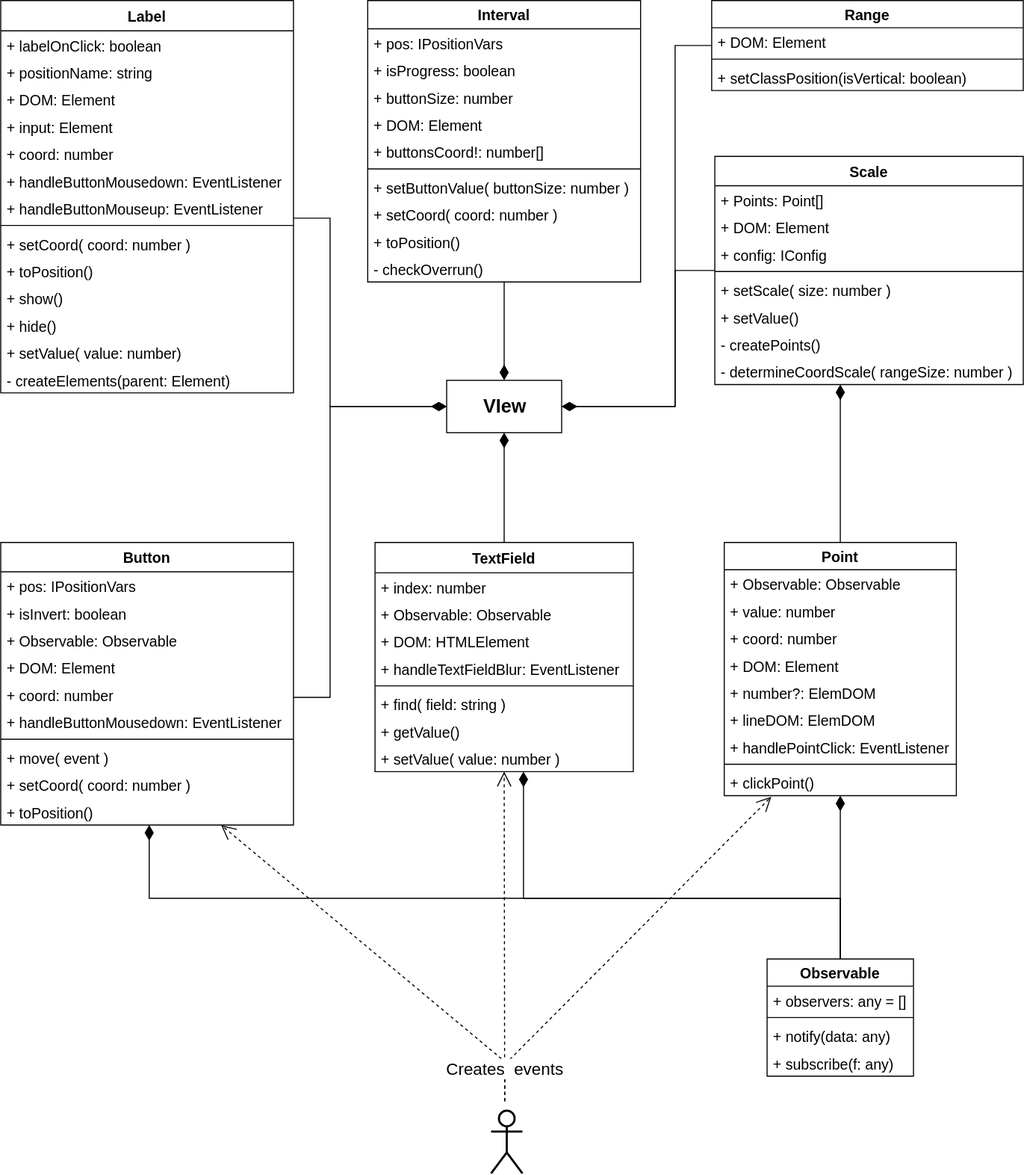
Above: uml/viewComponents.svg in Evgeny3101/plugin (draw.io), before the change. Source tidied: cells renumbered, new cells last; positions are measured from the earlier drawing's top-left corner, leaving out a move shared by most shapes.
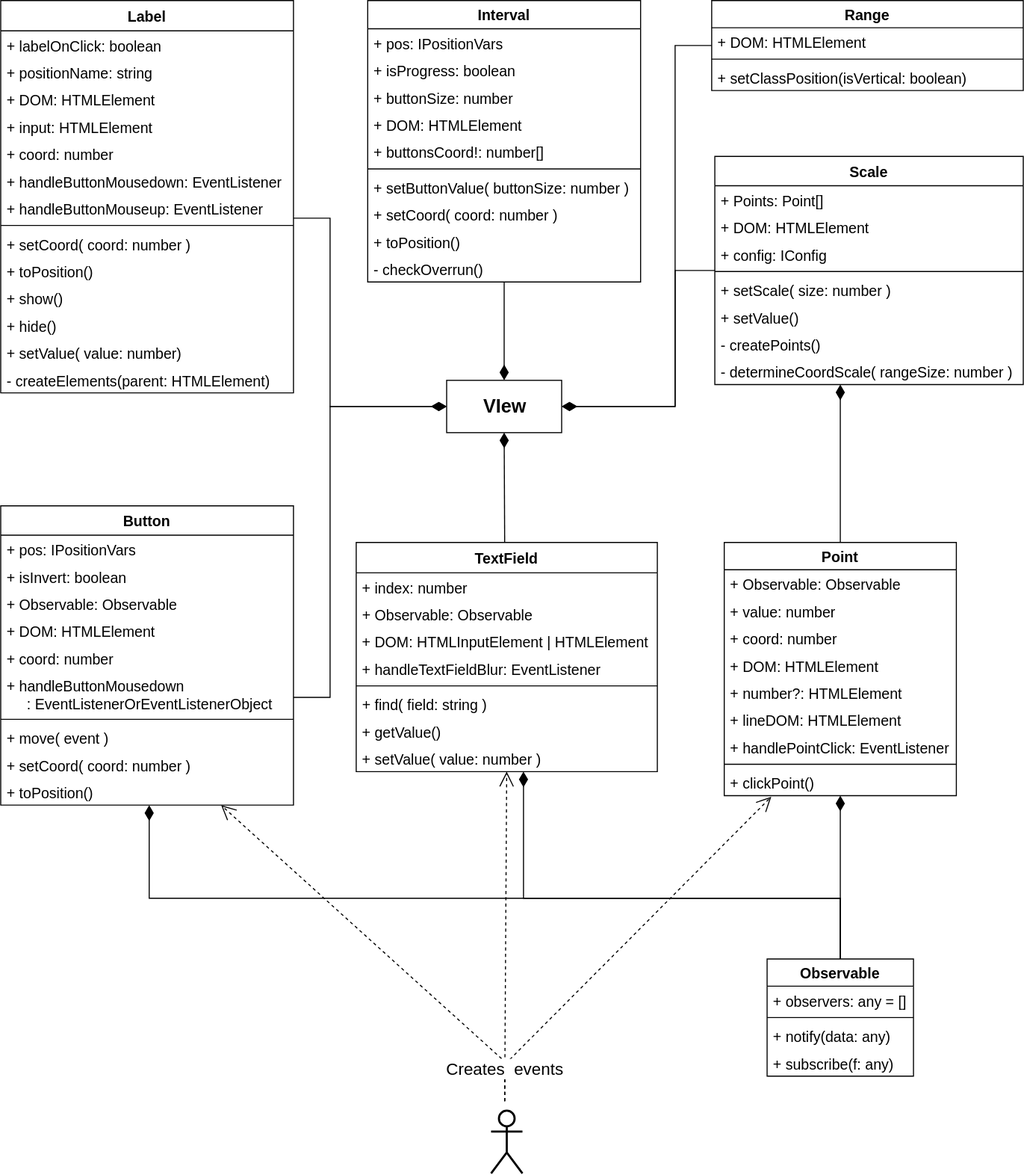
The same diagram one commit later.

Change to the diagram source:
```diff
@@ -89,8 +89,10 @@
     <mxCell id="14" style="shape=umlActor;verticalLabelPosition=middle;verticalAlign=middle;fontSize=14;strokeWidth=2;html=1;labelBackgroundColor=none;labelBorderColor=none;labelPosition=center;align=center;" parent="1" vertex="1">
       <mxGeometry x="469" y="1061" width="30" height="60" as="geometry" />
     </mxCell>
-    <mxCell id="15" style="edgeStyle=orthogonalEdgeStyle;rounded=0;jettySize=auto;html=1;entryX=0.5;entryY=1;entryDx=0;entryDy=0;startSize=12;endArrow=diamondThin;endFill=1;endSize=12;strokeWidth=1;fontSize=16;exitX=0.5;exitY=0;exitDx=0;exitDy=0;" parent="1" edge="1" source="57" target="2">
-      <mxGeometry relative="1" as="geometry" />
+    <mxCell id="15" style="rounded=0;jettySize=auto;html=1;entryX=0.5;entryY=1;entryDx=0;entryDy=0;startSize=12;endArrow=diamondThin;endFill=1;endSize=12;strokeWidth=1;fontSize=16;" parent="1" edge="1" target="2">
+      <mxGeometry relative="1" as="geometry">
+        <mxPoint x="482" y="518" as="sourcePoint" />
+      </mxGeometry>
     </mxCell>
     <mxCell id="16" style="edgeStyle=orthogonalEdgeStyle;rounded=0;jettySize=auto;html=1;startSize=12;endArrow=diamondThin;endFill=1;endSize=12;strokeWidth=1;fontSize=14;" parent="1" edge="1" source="77" target="47">
       <mxGeometry relative="1" as="geometry" />
@@ -104,10 +106,10 @@
     <mxCell id="19" value="+ positionName: string" style="text;strokeColor=none;fillColor=none;align=left;verticalAlign=top;spacingLeft=4;spacingRight=4;overflow=hidden;fontSize=14;" parent="17" vertex="1">
       <mxGeometry y="55" width="280" height="26" as="geometry" />
     </mxCell>
-    <mxCell id="20" value="+ DOM: Element" style="text;strokeColor=none;fillColor=none;align=left;verticalAlign=top;spacingLeft=4;spacingRight=4;overflow=hidden;fontSize=14;" parent="17" vertex="1">
+    <mxCell id="20" value="+ DOM: HTMLElement" style="text;strokeColor=none;fillColor=none;align=left;verticalAlign=top;spacingLeft=4;spacingRight=4;overflow=hidden;fontSize=14;" parent="17" vertex="1">
       <mxGeometry y="81" width="280" height="26" as="geometry" />
     </mxCell>
-    <mxCell id="21" value="+ input: Element" style="text;strokeColor=none;fillColor=none;align=left;verticalAlign=top;spacingLeft=4;spacingRight=4;overflow=hidden;fontSize=14;" parent="17" vertex="1">
+    <mxCell id="21" value="+ input: HTMLElement" style="text;strokeColor=none;fillColor=none;align=left;verticalAlign=top;spacingLeft=4;spacingRight=4;overflow=hidden;fontSize=14;" parent="17" vertex="1">
       <mxGeometry y="107" width="280" height="26" as="geometry" />
     </mxCell>
     <mxCell id="22" value="+ coord: number" style="text;strokeColor=none;fillColor=none;align=left;verticalAlign=top;spacingLeft=4;spacingRight=4;overflow=hidden;fontSize=14;" parent="17" vertex="1">
@@ -137,7 +139,7 @@
     <mxCell id="30" value="+ setValue( value: number)&#10;" style="text;strokeColor=none;fillColor=none;align=left;verticalAlign=top;spacingLeft=4;spacingRight=4;overflow=hidden;fontSize=14;" parent="17" vertex="1">
       <mxGeometry y="323" width="280" height="26" as="geometry" />
     </mxCell>
-    <mxCell id="31" value="- createElements(parent: Element) " style="text;strokeColor=none;fillColor=none;align=left;verticalAlign=top;spacingLeft=4;spacingRight=4;overflow=hidden;fontSize=14;" parent="17" vertex="1">
+    <mxCell id="31" value="- createElements(parent: HTMLElement) " style="text;strokeColor=none;fillColor=none;align=left;verticalAlign=top;spacingLeft=4;spacingRight=4;overflow=hidden;fontSize=14;" parent="17" vertex="1">
       <mxGeometry y="349" width="280" height="26" as="geometry" />
     </mxCell>
     <mxCell id="32" value="Interval" style="swimlane;fontStyle=1;horizontal=1;startSize=27;fillColor=none;rounded=0;glass=0;strokeColor=#000000;fontSize=14;arcSize=24;swimlaneLine=1;" parent="1" vertex="1">
@@ -152,7 +154,7 @@
     <mxCell id="35" value="+ buttonSize: number" style="text;strokeColor=none;fillColor=none;align=left;verticalAlign=top;spacingLeft=4;spacingRight=4;overflow=hidden;fontSize=14;" parent="32" vertex="1">
       <mxGeometry y="79" width="261" height="26" as="geometry" />
     </mxCell>
-    <mxCell id="36" value="+ DOM: Element" style="text;strokeColor=none;fillColor=none;align=left;verticalAlign=top;spacingLeft=4;spacingRight=4;overflow=hidden;fontSize=14;" parent="32" vertex="1">
+    <mxCell id="36" value="+ DOM: HTMLElement" style="text;strokeColor=none;fillColor=none;align=left;verticalAlign=top;spacingLeft=4;spacingRight=4;overflow=hidden;fontSize=14;" parent="32" vertex="1">
       <mxGeometry y="105" width="261" height="26" as="geometry" />
     </mxCell>
     <mxCell id="37" value="+ buttonsCoord!: number[]" style="text;strokeColor=none;fillColor=none;align=left;verticalAlign=top;spacingLeft=4;spacingRight=4;overflow=hidden;fontSize=14;" parent="32" vertex="1">
@@ -176,7 +178,7 @@
     <mxCell id="43" value="Range" style="swimlane;fontStyle=1;horizontal=1;startSize=26;fillColor=none;rounded=0;glass=0;strokeColor=#000000;fontSize=14;swimlaneLine=1;" parent="1" vertex="1">
       <mxGeometry x="680" width="298" height="86" as="geometry" />
     </mxCell>
-    <mxCell id="44" value="+ DOM: Element" style="text;strokeColor=none;fillColor=none;align=left;verticalAlign=top;spacingLeft=4;spacingRight=4;overflow=hidden;fontSize=14;" parent="43" vertex="1">
+    <mxCell id="44" value="+ DOM: HTMLElement" style="text;strokeColor=none;fillColor=none;align=left;verticalAlign=top;spacingLeft=4;spacingRight=4;overflow=hidden;fontSize=14;" parent="43" vertex="1">
       <mxGeometry y="26" width="298" height="26" as="geometry" />
     </mxCell>
     <mxCell id="45" style="line;strokeWidth=1;fillColor=none;align=left;verticalAlign=middle;spacingTop=-1;spacingLeft=3;spacingRight=3;labelPosition=right;labelBackgroundColor=#ffffff;html=1;fontSize=14;" parent="43" vertex="1">
@@ -197,13 +199,13 @@
     <mxCell id="50" value="+ coord: number" style="text;strokeColor=none;fillColor=none;align=left;verticalAlign=top;spacingLeft=4;spacingRight=4;overflow=hidden;fontSize=14;" parent="47" vertex="1">
       <mxGeometry y="78" width="222" height="26" as="geometry" />
     </mxCell>
-    <mxCell id="51" value="+ DOM: Element" style="text;strokeColor=none;fillColor=none;align=left;verticalAlign=top;spacingLeft=4;spacingRight=4;overflow=hidden;fontSize=14;" parent="47" vertex="1">
+    <mxCell id="51" value="+ DOM: HTMLElement" style="text;strokeColor=none;fillColor=none;align=left;verticalAlign=top;spacingLeft=4;spacingRight=4;overflow=hidden;fontSize=14;" parent="47" vertex="1">
       <mxGeometry y="104" width="222" height="26" as="geometry" />
     </mxCell>
-    <mxCell id="52" value="+ number?: ElemDOM" style="text;strokeColor=none;fillColor=none;align=left;verticalAlign=top;spacingLeft=4;spacingRight=4;overflow=hidden;fontSize=14;" parent="47" vertex="1">
+    <mxCell id="52" value="+ number?: HTMLElement" style="text;strokeColor=none;fillColor=none;align=left;verticalAlign=top;spacingLeft=4;spacingRight=4;overflow=hidden;fontSize=14;" parent="47" vertex="1">
       <mxGeometry y="130" width="222" height="26" as="geometry" />
     </mxCell>
-    <mxCell id="53" value="+ lineDOM: ElemDOM" style="text;strokeColor=none;fillColor=none;align=left;verticalAlign=top;spacingLeft=4;spacingRight=4;overflow=hidden;fontSize=14;" parent="47" vertex="1">
+    <mxCell id="53" value="+ lineDOM: HTMLElement" style="text;strokeColor=none;fillColor=none;align=left;verticalAlign=top;spacingLeft=4;spacingRight=4;overflow=hidden;fontSize=14;" parent="47" vertex="1">
       <mxGeometry y="156" width="222" height="26" as="geometry" />
     </mxCell>
     <mxCell id="54" value="+ handlePointClick: EventListener" style="text;strokeColor=none;fillColor=none;align=left;verticalAlign=top;spacingLeft=4;spacingRight=4;overflow=hidden;fontSize=14;" parent="47" vertex="1">
@@ -215,35 +217,8 @@
     <mxCell id="56" value="+ clickPoint()" style="text;strokeColor=none;fillColor=none;align=left;verticalAlign=top;spacingLeft=4;spacingRight=4;overflow=hidden;fontSize=14;" parent="47" vertex="1">
       <mxGeometry y="216" width="222" height="26" as="geometry" />
     </mxCell>
-    <mxCell id="57" value="TextField" style="swimlane;fontStyle=1;horizontal=1;startSize=29;fillColor=none;rounded=0;glass=0;strokeColor=#000000;fontSize=14;arcSize=14;swimlaneLine=1;" parent="1" vertex="1">
-      <mxGeometry x="358" y="518" width="247" height="219" as="geometry" />
-    </mxCell>
-    <mxCell id="58" value="+ index: number" style="text;strokeColor=none;fillColor=none;align=left;verticalAlign=top;spacingLeft=4;spacingRight=4;overflow=hidden;fontSize=14;" parent="57" vertex="1">
-      <mxGeometry y="29" width="247" height="26" as="geometry" />
-    </mxCell>
-    <mxCell id="59" value="+ Observable: Observable" style="text;strokeColor=none;fillColor=none;align=left;verticalAlign=top;spacingLeft=4;spacingRight=4;overflow=hidden;labelBackgroundColor=#ffffff;html=1;fontSize=14;" parent="57" vertex="1">
-      <mxGeometry y="55" width="247" height="26" as="geometry" />
-    </mxCell>
-    <mxCell id="60" value="+ DOM: HTMLElement" style="text;strokeColor=none;fillColor=none;align=left;verticalAlign=top;spacingLeft=4;spacingRight=4;overflow=hidden;fontSize=14;" parent="57" vertex="1">
-      <mxGeometry y="81" width="247" height="26" as="geometry" />
-    </mxCell>
-    <mxCell id="61" value="+ handleTextFieldBlur: EventListener" style="text;strokeColor=none;fillColor=none;align=left;verticalAlign=top;spacingLeft=4;spacingRight=4;overflow=hidden;fontSize=14;" parent="57" vertex="1">
-      <mxGeometry y="107" width="247" height="26" as="geometry" />
-    </mxCell>
-    <mxCell id="62" style="line;strokeWidth=1;fillColor=none;align=left;verticalAlign=middle;spacingTop=-1;spacingLeft=3;spacingRight=3;labelPosition=right;labelBackgroundColor=#ffffff;html=1;fontSize=14;" parent="57" vertex="1">
-      <mxGeometry y="133" width="247" height="8" as="geometry" />
-    </mxCell>
-    <mxCell id="63" value="+ find( field: string )" style="text;strokeColor=none;fillColor=none;align=left;verticalAlign=top;spacingLeft=4;spacingRight=4;overflow=hidden;labelBackgroundColor=#ffffff;html=1;fontSize=14;" parent="57" vertex="1">
-      <mxGeometry y="141" width="247" height="26" as="geometry" />
-    </mxCell>
-    <mxCell id="64" value="+ getValue()&#10;" style="text;strokeColor=none;fillColor=none;align=left;verticalAlign=top;spacingLeft=4;spacingRight=4;overflow=hidden;fontSize=14;" parent="57" vertex="1">
-      <mxGeometry y="167" width="247" height="26" as="geometry" />
-    </mxCell>
-    <mxCell id="65" value="+ setValue( value: number )" style="text;strokeColor=none;fillColor=none;align=left;verticalAlign=top;spacingLeft=4;spacingRight=4;overflow=hidden;points=[[0,0.5],[1,0.5]];portConstraint=eastwest;fontSize=14;" parent="57" vertex="1">
-      <mxGeometry y="193" width="247" height="26" as="geometry" />
-    </mxCell>
     <mxCell id="66" value="Button" style="swimlane;fontStyle=1;horizontal=1;startSize=28;fillColor=none;rounded=0;glass=0;strokeColor=#000000;fontSize=14;swimlaneLine=1;" parent="1" vertex="1">
-      <mxGeometry y="518" width="280" height="270" as="geometry" />
+      <mxGeometry y="483" width="280" height="286" as="geometry" />
     </mxCell>
     <mxCell id="67" value="+ pos: IPositionVars" style="text;strokeColor=none;fillColor=none;align=left;verticalAlign=top;spacingLeft=4;spacingRight=4;overflow=hidden;fontSize=14;" parent="66" vertex="1">
       <mxGeometry y="28" width="280" height="26" as="geometry" />
@@ -254,26 +229,26 @@
     <mxCell id="69" value="+ Observable: Observable" style="text;strokeColor=none;fillColor=none;align=left;verticalAlign=top;spacingLeft=4;spacingRight=4;overflow=hidden;labelBackgroundColor=#ffffff;html=1;fontSize=14;" parent="66" vertex="1">
       <mxGeometry y="80" width="280" height="26" as="geometry" />
     </mxCell>
-    <mxCell id="70" value="+ DOM: Element" style="text;strokeColor=none;fillColor=none;align=left;verticalAlign=top;spacingLeft=4;spacingRight=4;overflow=hidden;fontSize=14;" parent="66" vertex="1">
+    <mxCell id="70" value="+ DOM: HTMLElement" style="text;strokeColor=none;fillColor=none;align=left;verticalAlign=top;spacingLeft=4;spacingRight=4;overflow=hidden;fontSize=14;" parent="66" vertex="1">
       <mxGeometry y="106" width="280" height="26" as="geometry" />
     </mxCell>
     <mxCell id="71" value="+ coord: number" style="text;strokeColor=none;fillColor=none;align=left;verticalAlign=top;spacingLeft=4;spacingRight=4;overflow=hidden;fontSize=14;" parent="66" vertex="1">
       <mxGeometry y="132" width="280" height="26" as="geometry" />
     </mxCell>
-    <mxCell id="72" value="+ handleButtonMousedown: EventListener" style="text;strokeColor=none;fillColor=none;align=left;verticalAlign=top;spacingLeft=4;spacingRight=4;overflow=hidden;fontSize=14;" parent="66" vertex="1">
-      <mxGeometry y="158" width="280" height="26" as="geometry" />
+    <mxCell id="72" value="+ handleButtonMousedown &#10;     : EventListenerOrEventListenerObject &#10;" style="text;strokeColor=none;fillColor=none;align=left;verticalAlign=top;spacingLeft=4;spacingRight=4;overflow=hidden;fontSize=14;" parent="66" vertex="1">
+      <mxGeometry y="158" width="280" height="42" as="geometry" />
     </mxCell>
     <mxCell id="73" style="line;strokeWidth=1;fillColor=none;align=left;verticalAlign=middle;spacingTop=-1;spacingLeft=3;spacingRight=3;labelPosition=right;labelBackgroundColor=#ffffff;html=1;fontSize=14;" parent="66" vertex="1">
-      <mxGeometry y="184" width="280" height="8" as="geometry" />
+      <mxGeometry y="200" width="280" height="8" as="geometry" />
     </mxCell>
     <mxCell id="74" value="+ move( event )" style="text;strokeColor=none;fillColor=none;align=left;verticalAlign=top;spacingLeft=4;spacingRight=4;overflow=hidden;fontSize=14;" parent="66" vertex="1">
-      <mxGeometry y="192" width="280" height="26" as="geometry" />
+      <mxGeometry y="208" width="280" height="26" as="geometry" />
     </mxCell>
     <mxCell id="75" value="+ setCoord( coord: number )" style="text;strokeColor=none;fillColor=none;align=left;verticalAlign=top;spacingLeft=4;spacingRight=4;overflow=hidden;fontSize=14;" parent="66" vertex="1">
-      <mxGeometry y="218" width="280" height="26" as="geometry" />
+      <mxGeometry y="234" width="280" height="26" as="geometry" />
     </mxCell>
     <mxCell id="76" value="+ toPosition()" style="text;strokeColor=none;fillColor=none;align=left;verticalAlign=top;spacingLeft=4;spacingRight=4;overflow=hidden;points=[[0,0.5],[1,0.5]];portConstraint=eastwest;fontSize=14;" parent="66" vertex="1">
-      <mxGeometry y="244" width="280" height="26" as="geometry" />
+      <mxGeometry y="260" width="280" height="26" as="geometry" />
     </mxCell>
     <mxCell id="77" value="Observable" style="swimlane;fontStyle=1;horizontal=1;startSize=26;fillColor=none;rounded=0;glass=0;strokeColor=#000000;fontSize=14;arcSize=13;swimlaneLine=1;" parent="1" vertex="1">
       <mxGeometry x="733" y="916" width="140" height="112" as="geometry" />
@@ -296,7 +271,7 @@
     <mxCell id="83" value="+ Points: Point[]" style="text;strokeColor=none;fillColor=none;align=left;verticalAlign=top;spacingLeft=4;spacingRight=4;overflow=hidden;fontSize=14;" parent="82" vertex="1">
       <mxGeometry y="28" width="295" height="26" as="geometry" />
     </mxCell>
-    <mxCell id="84" value="+ DOM: Element" style="text;strokeColor=none;fillColor=none;align=left;verticalAlign=top;spacingLeft=4;spacingRight=4;overflow=hidden;fontSize=14;" parent="82" vertex="1">
+    <mxCell id="84" value="+ DOM: HTMLElement" style="text;strokeColor=none;fillColor=none;align=left;verticalAlign=top;spacingLeft=4;spacingRight=4;overflow=hidden;fontSize=14;" parent="82" vertex="1">
       <mxGeometry y="54" width="295" height="26" as="geometry" />
     </mxCell>
     <mxCell id="85" value="+ config: IConfig" style="text;strokeColor=none;fillColor=none;align=left;verticalAlign=top;spacingLeft=4;spacingRight=4;overflow=hidden;fontSize=14;" parent="82" vertex="1">
@@ -317,5 +292,32 @@
     <mxCell id="90" value="- determineCoordScale( rangeSize: number )" style="text;strokeColor=none;fillColor=none;align=left;verticalAlign=top;spacingLeft=4;spacingRight=4;overflow=hidden;fontSize=14;" parent="82" vertex="1">
       <mxGeometry y="192" width="295" height="26" as="geometry" />
     </mxCell>
+    <mxCell id="57" value="TextField" style="swimlane;fontStyle=1;horizontal=1;startSize=29;fillColor=none;rounded=0;glass=0;strokeColor=#000000;fontSize=14;arcSize=14;swimlaneLine=1;" parent="1" vertex="1">
+      <mxGeometry x="340" y="518" width="288" height="219" as="geometry" />
+    </mxCell>
+    <mxCell id="58" value="+ index: number" style="text;strokeColor=none;fillColor=none;align=left;verticalAlign=top;spacingLeft=4;spacingRight=4;overflow=hidden;fontSize=14;" parent="57" vertex="1">
+      <mxGeometry y="29" width="288" height="26" as="geometry" />
+    </mxCell>
+    <mxCell id="59" value="+ Observable: Observable" style="text;strokeColor=none;fillColor=none;align=left;verticalAlign=top;spacingLeft=4;spacingRight=4;overflow=hidden;labelBackgroundColor=#ffffff;html=1;fontSize=14;" parent="57" vertex="1">
+      <mxGeometry y="55" width="288" height="26" as="geometry" />
+    </mxCell>
+    <mxCell id="60" value="+ DOM: HTMLInputElement | HTMLElement" style="text;strokeColor=none;fillColor=none;align=left;verticalAlign=top;spacingLeft=4;spacingRight=4;overflow=hidden;fontSize=14;" parent="57" vertex="1">
+      <mxGeometry y="81" width="288" height="26" as="geometry" />
+    </mxCell>
+    <mxCell id="61" value="+ handleTextFieldBlur: EventListener" style="text;strokeColor=none;fillColor=none;align=left;verticalAlign=top;spacingLeft=4;spacingRight=4;overflow=hidden;fontSize=14;" parent="57" vertex="1">
+      <mxGeometry y="107" width="288" height="26" as="geometry" />
+    </mxCell>
+    <mxCell id="62" style="line;strokeWidth=1;fillColor=none;align=left;verticalAlign=middle;spacingTop=-1;spacingLeft=3;spacingRight=3;labelPosition=right;labelBackgroundColor=#ffffff;html=1;fontSize=14;" parent="57" vertex="1">
+      <mxGeometry y="133" width="288" height="8" as="geometry" />
+    </mxCell>
+    <mxCell id="63" value="+ find( field: string )" style="text;strokeColor=none;fillColor=none;align=left;verticalAlign=top;spacingLeft=4;spacingRight=4;overflow=hidden;labelBackgroundColor=#ffffff;html=1;fontSize=14;" parent="57" vertex="1">
+      <mxGeometry y="141" width="288" height="26" as="geometry" />
+    </mxCell>
+    <mxCell id="64" value="+ getValue()&#10;" style="text;strokeColor=none;fillColor=none;align=left;verticalAlign=top;spacingLeft=4;spacingRight=4;overflow=hidden;fontSize=14;" parent="57" vertex="1">
+      <mxGeometry y="167" width="288" height="26" as="geometry" />
+    </mxCell>
+    <mxCell id="65" value="+ setValue( value: number )" style="text;strokeColor=none;fillColor=none;align=left;verticalAlign=top;spacingLeft=4;spacingRight=4;overflow=hidden;points=[[0,0.5],[1,0.5]];portConstraint=eastwest;fontSize=14;" parent="57" vertex="1">
+      <mxGeometry y="193" width="288" height="26" as="geometry" />
+    </mxCell>
   </root>
 </mxGraphModel>
```
